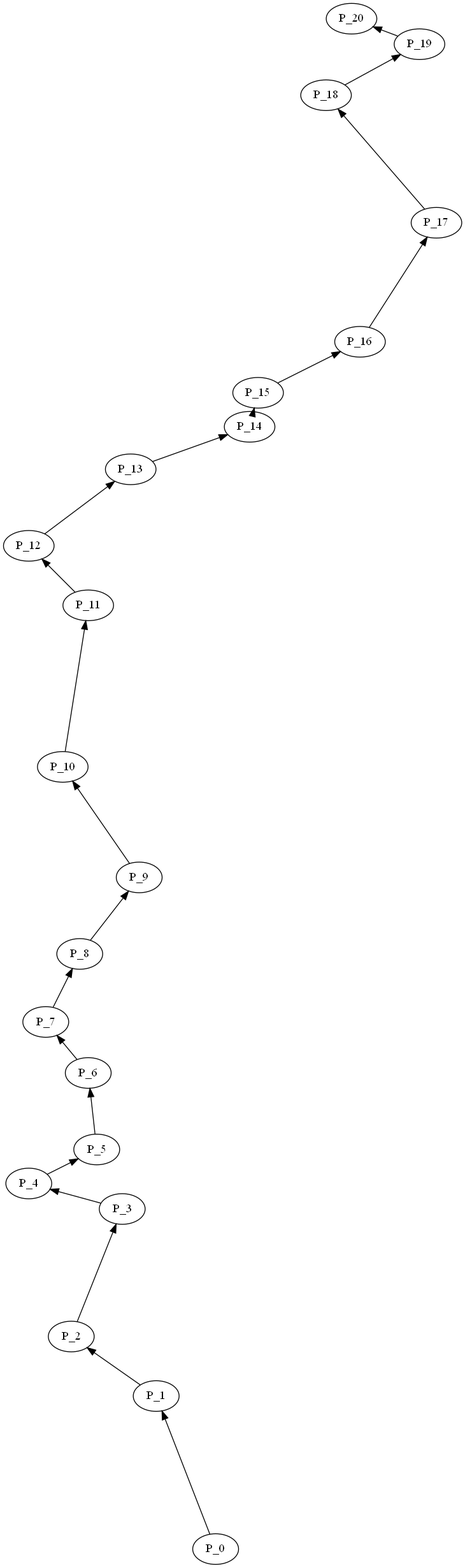
Crazy-German/Generation-Proto keeps this Graphviz diagram as Generation Test/graph.png. Above is the earlier version. Its source is kept beside it as Generation Test/graph.dot.
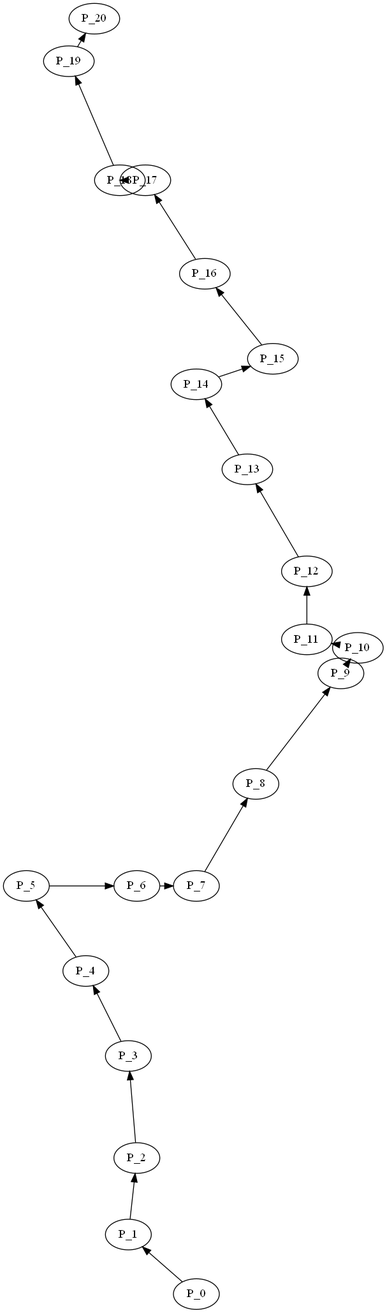
The same file after the commit.

Diff of the diagram source:
```diff
@@ -5,102 +5,102 @@
 ]
 Platform_1 [
 label = P_1
-pos = "-70,180!"
+pos = "-80,70!"
 ]
 Platform_0 -> Platform_1
 Platform_2 [
 label = P_2
-pos = "-170,250!"
+pos = "-70,160!"
 ]
 Platform_1 -> Platform_2
 Platform_3 [
 label = P_3
-pos = "-110,400!"
+pos = "-80,280!"
 ]
 Platform_2 -> Platform_3
 Platform_4 [
 label = P_4
-pos = "-220,430!"
+pos = "-130,380!"
 ]
 Platform_3 -> Platform_4
 Platform_5 [
 label = P_5
-pos = "-140,470!"
+pos = "-200,480!"
 ]
 Platform_4 -> Platform_5
 Platform_6 [
 label = P_6
-pos = "-150,560!"
+pos = "-70,480!"
 ]
 Platform_5 -> Platform_6
 Platform_7 [
 label = P_7
-pos = "-200,620!"
+pos = "0,480!"
 ]
 Platform_6 -> Platform_7
 Platform_8 [
 label = P_8
-pos = "-160,700!"
+pos = "70,600!"
 ]
 Platform_7 -> Platform_8
 Platform_9 [
 label = P_9
-pos = "-90,790!"
+pos = "170,730!"
 ]
 Platform_8 -> Platform_9
 Platform_10 [
 label = P_10
-pos = "-180,920!"
+pos = "190,760!"
 ]
 Platform_9 -> Platform_10
 Platform_11 [
 label = P_11
-pos = "-150,1110!"
+pos = "130,770!"
 ]
 Platform_10 -> Platform_11
 Platform_12 [
 label = P_12
-pos = "-220,1180!"
+pos = "130,850!"
 ]
 Platform_11 -> Platform_12
 Platform_13 [
 label = P_13
-pos = "-100,1270!"
+pos = "60,970!"
 ]
 Platform_12 -> Platform_13
 Platform_14 [
 label = P_14
-pos = "40,1320!"
+pos = "0,1070!"
 ]
 Platform_13 -> Platform_14
 Platform_15 [
 label = P_15
-pos = "50,1360!"
+pos = "90,1100!"
 ]
 Platform_14 -> Platform_15
 Platform_16 [
 label = P_16
-pos = "170,1420!"
+pos = "10,1200!"
 ]
 Platform_15 -> Platform_16
 Platform_17 [
 label = P_17
-pos = "260,1560!"
+pos = "-60,1310!"
 ]
 Platform_16 -> Platform_17
 Platform_18 [
 label = P_18
-pos = "130,1710!"
+pos = "-90,1310!"
 ]
 Platform_17 -> Platform_18
 Platform_19 [
 label = P_19
-pos = "240,1770!"
+pos = "-150,1450!"
 ]
 Platform_18 -> Platform_19
 Platform_20 [
 label = P_20
-pos = "160,1800!"
+pos = "-120,1500!"
 ]
 Platform_19 -> Platform_20
 }
```
